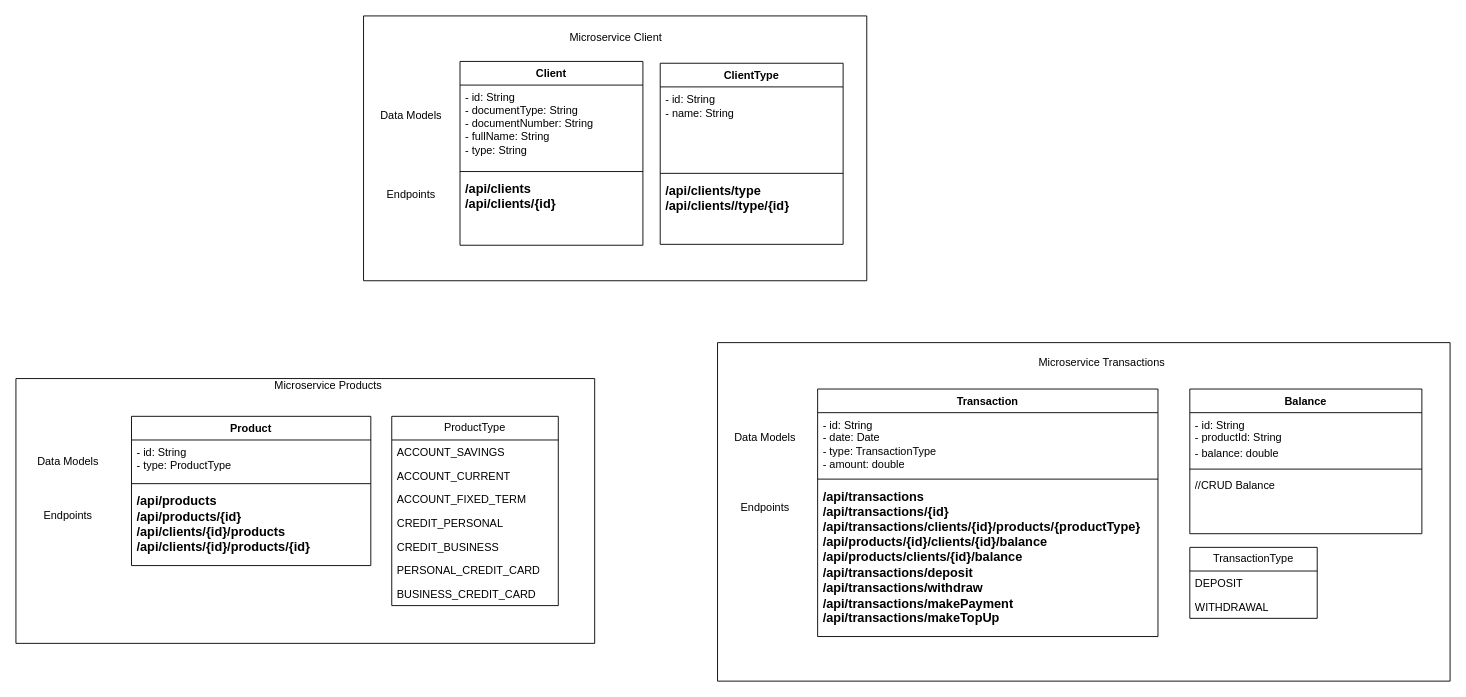
This is diagram.drawio from bootcampIvanRodriguezRomero/diagram, a draw.io file, before an edit. Source tidied: cells renumbered, new cells numbered last; positions are measured from the earlier drawing's top-left corner, leaving out a move shared by most shapes. Both pictures are drawn from the tidied source at 91%, with x=0, y=0 at pixel (15, 15).
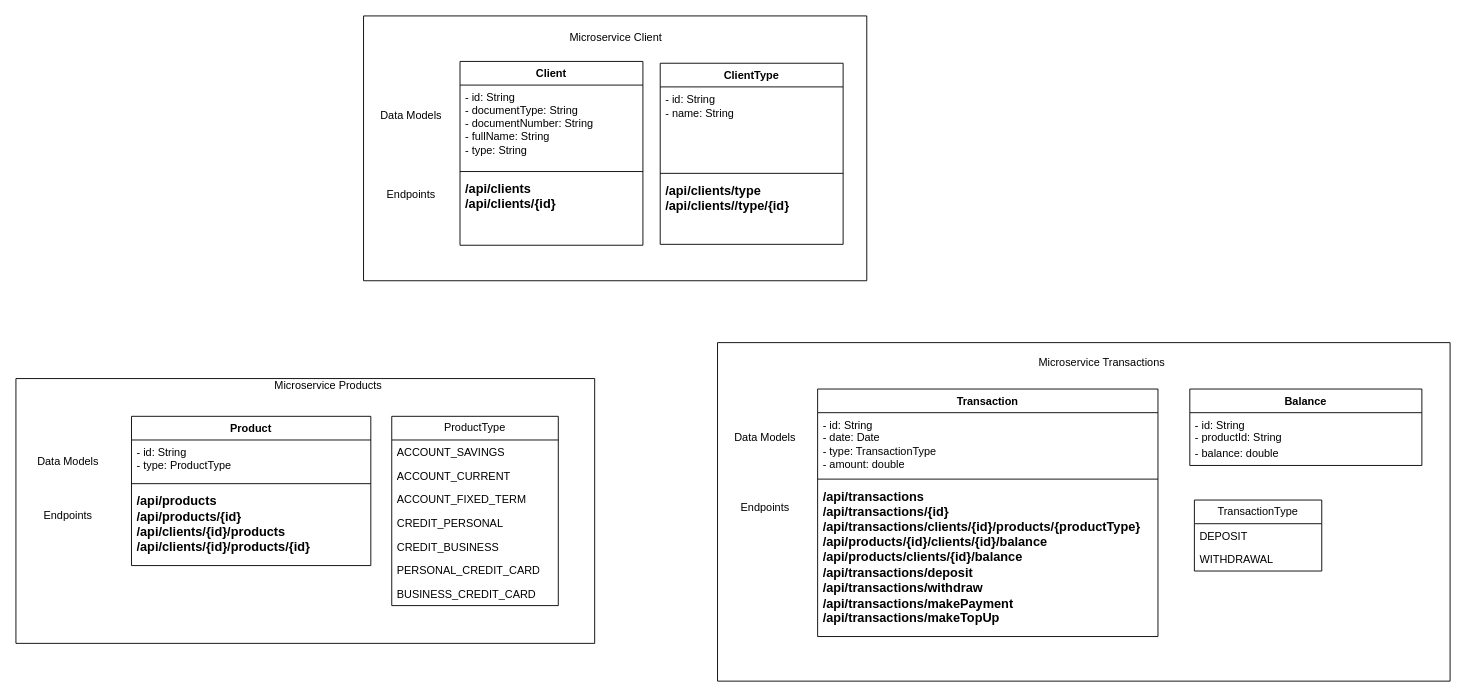
After the change.

What changed in the source:
```diff
@@
     <mxCell id="21" value="TransactionType" style="swimlane;fontStyle=0;horizontal=1;startSize=26;fillColor=none;whiteSpace=wrap;html=1;" parent="1" vertex="1">
-      <mxGeometry x="1290" y="584" width="140" height="78" as="geometry" />
+      <mxGeometry x="1295" y="532" width="140" height="78" as="geometry" />
     </mxCell>
@@
     <mxCell id="24" value="Balance" style="swimlane;fontStyle=1;align=center;verticalAlign=top;horizontal=1;startSize=26;whiteSpace=wrap;html=1;fillColor=#FFFFFF;" parent="1" vertex="1">
-      <mxGeometry x="1290" y="410" width="255" height="159" as="geometry" />
+      <mxGeometry x="1290" y="410" width="255" height="84" as="geometry" />
     </mxCell>
@@
-    <mxCell id="26" style="line;strokeWidth=1;fillColor=none;align=left;verticalAlign=middle;spacingTop=-1;spacingLeft=3;spacingRight=3;labelPosition=right;strokeColor=inherit;" parent="24" vertex="1">
-      <mxGeometry y="84" width="255" height="8" as="geometry" />
-    </mxCell>
-    <mxCell id="27" value="//CRUD Balance" style="text;strokeColor=none;fillColor=none;align=left;verticalAlign=top;spacingLeft=4;spacingRight=4;overflow=hidden;whiteSpace=wrap;html=1;" parent="24" vertex="1">
-      <mxGeometry y="92" width="255" height="67" as="geometry" />
-    </mxCell>
```
